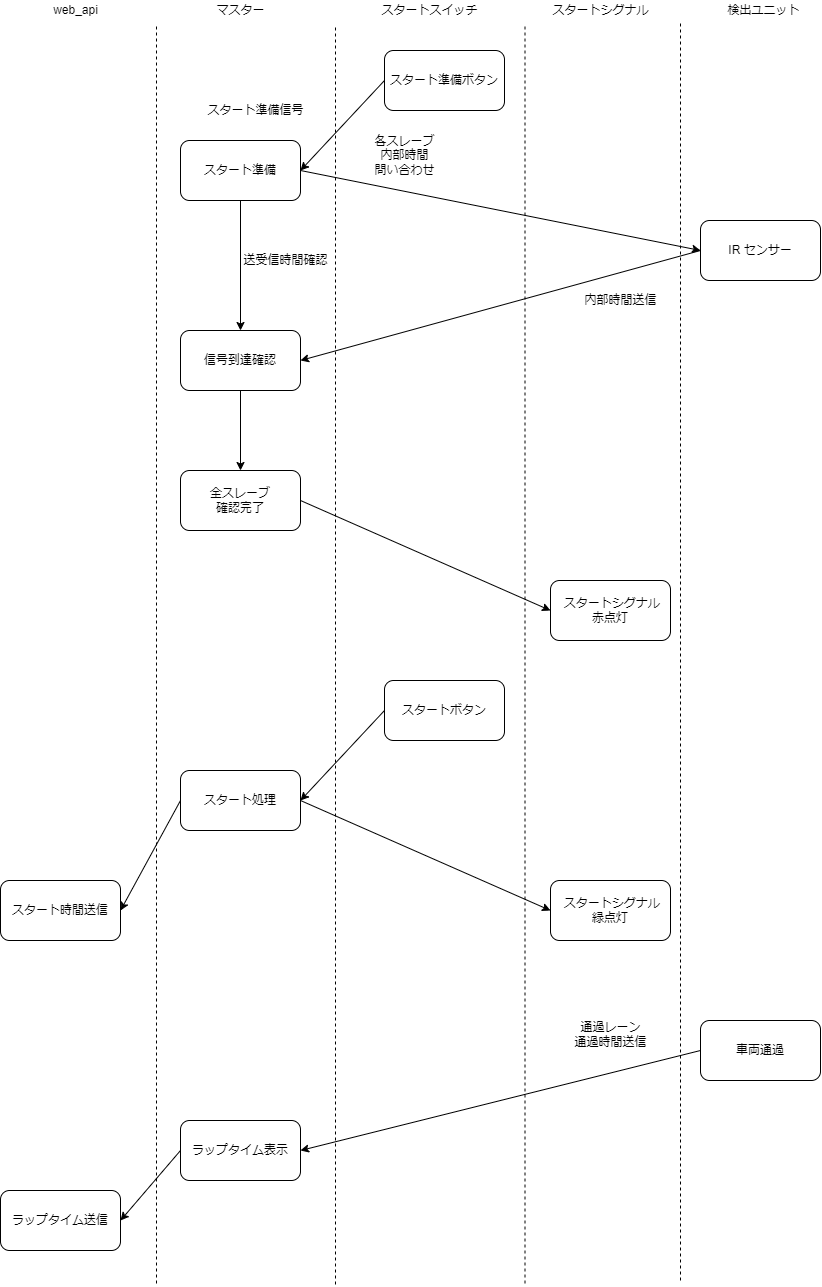
Above: timeline.drawio.png in yururi-nonbiry/lap_section_timer (draw.io), before the change. Source tidied: cells renumbered, new cells last; positions are measured from the earlier drawing's top-left corner, leaving out a move shared by most shapes. Source of this version:
```xml
<mxGraphModel background="#ffffff">
  <root>
    <mxCell id="0" />
    <mxCell id="1" parent="0" />
    <mxCell id="2" style="edgeStyle=none;html=1;exitX=0;exitY=0.5;exitDx=0;exitDy=0;entryX=1;entryY=0.5;entryDx=0;entryDy=0;endArrow=classic;endFill=1;" parent="1" edge="1" source="3" target="6">
      <mxGeometry relative="1" as="geometry" />
    </mxCell>
    <mxCell id="3" value="スタート準備ボタン" style="rounded=1;whiteSpace=wrap;html=1;" parent="1" vertex="1">
      <mxGeometry x="384" y="50" width="120" height="60" as="geometry" />
    </mxCell>
    <mxCell id="4" style="edgeStyle=none;html=1;exitX=1;exitY=0.5;exitDx=0;exitDy=0;entryX=0;entryY=0.5;entryDx=0;entryDy=0;startArrow=none;startFill=0;endArrow=classic;endFill=1;" parent="1" edge="1" source="6" target="8">
      <mxGeometry relative="1" as="geometry" />
    </mxCell>
    <mxCell id="5" style="edgeStyle=none;html=1;exitX=0.5;exitY=1;exitDx=0;exitDy=0;entryX=0.5;entryY=0;entryDx=0;entryDy=0;startArrow=none;startFill=0;endArrow=classic;endFill=1;" parent="1" edge="1" source="6" target="12">
      <mxGeometry relative="1" as="geometry" />
    </mxCell>
    <mxCell id="6" value="スタート準備" style="rounded=1;whiteSpace=wrap;html=1;" parent="1" vertex="1">
      <mxGeometry x="180" y="140" width="120" height="60" as="geometry" />
    </mxCell>
    <mxCell id="7" style="edgeStyle=none;html=1;exitX=0;exitY=0.5;exitDx=0;exitDy=0;entryX=1;entryY=0.5;entryDx=0;entryDy=0;startArrow=none;startFill=0;endArrow=classic;endFill=1;" parent="1" edge="1" source="8" target="12">
      <mxGeometry relative="1" as="geometry" />
    </mxCell>
    <mxCell id="8" value="IR センサー" style="rounded=1;whiteSpace=wrap;html=1;" parent="1" vertex="1">
      <mxGeometry x="700" y="220" width="120" height="60" as="geometry" />
    </mxCell>
    <mxCell id="9" value="スタート準備信号" style="text;html=1;align=center;verticalAlign=middle;fillColor=none;strokeColor=none;rounded=0;" parent="1" vertex="1">
      <mxGeometry x="200" y="100" width="110" height="20" as="geometry" />
    </mxCell>
    <mxCell id="10" value="各スレーブ&lt;br&gt;内部時間&lt;br&gt;問い合わせ" style="text;html=1;align=center;verticalAlign=middle;fillColor=none;strokeColor=none;rounded=0;" parent="1" vertex="1">
      <mxGeometry x="364" y="130" width="80" height="50" as="geometry" />
    </mxCell>
    <mxCell id="11" style="edgeStyle=none;html=1;exitX=0.5;exitY=1;exitDx=0;exitDy=0;entryX=0.5;entryY=0;entryDx=0;entryDy=0;startArrow=none;startFill=0;endArrow=classic;endFill=1;" parent="1" edge="1" source="12" target="17">
      <mxGeometry relative="1" as="geometry" />
    </mxCell>
    <mxCell id="12" value="信号到達確認" style="rounded=1;whiteSpace=wrap;html=1;" parent="1" vertex="1">
      <mxGeometry x="180" y="330" width="120" height="60" as="geometry" />
    </mxCell>
    <mxCell id="13" value="内部時間送信" style="text;html=1;align=center;verticalAlign=middle;fillColor=none;strokeColor=none;rounded=0;" parent="1" vertex="1">
      <mxGeometry x="575" y="290" width="90" height="20" as="geometry" />
    </mxCell>
    <mxCell id="14" value="送受信時間確認" style="text;html=1;align=center;verticalAlign=middle;fillColor=none;strokeColor=none;rounded=0;" parent="1" vertex="1">
      <mxGeometry x="235" y="250" width="100" height="20" as="geometry" />
    </mxCell>
    <mxCell id="15" value="&amp;nbsp;スタートシグナル&lt;br&gt;赤点灯" style="rounded=1;whiteSpace=wrap;html=1;" parent="1" vertex="1">
      <mxGeometry x="550" y="580" width="120" height="60" as="geometry" />
    </mxCell>
    <mxCell id="16" style="edgeStyle=none;html=1;exitX=1;exitY=0.5;exitDx=0;exitDy=0;entryX=0;entryY=0.5;entryDx=0;entryDy=0;startArrow=none;startFill=0;endArrow=classic;endFill=1;" parent="1" edge="1" source="17" target="15">
      <mxGeometry relative="1" as="geometry" />
    </mxCell>
    <mxCell id="17" value="全スレーブ&lt;br&gt;確認完了" style="rounded=1;whiteSpace=wrap;html=1;" parent="1" vertex="1">
      <mxGeometry x="180" y="470" width="120" height="60" as="geometry" />
    </mxCell>
    <mxCell id="18" style="edgeStyle=none;html=1;exitX=0;exitY=0.5;exitDx=0;exitDy=0;entryX=1;entryY=0.5;entryDx=0;entryDy=0;startArrow=none;startFill=0;endArrow=classic;endFill=1;" parent="1" edge="1" source="19" target="22">
      <mxGeometry relative="1" as="geometry" />
    </mxCell>
    <mxCell id="19" value="スタートボタン" style="rounded=1;whiteSpace=wrap;html=1;" parent="1" vertex="1">
      <mxGeometry x="384" y="680" width="120" height="60" as="geometry" />
    </mxCell>
    <mxCell id="20" style="edgeStyle=none;html=1;exitX=1;exitY=0.5;exitDx=0;exitDy=0;entryX=0;entryY=0.5;entryDx=0;entryDy=0;startArrow=none;startFill=0;endArrow=classic;endFill=1;" parent="1" edge="1" source="22" target="23">
      <mxGeometry relative="1" as="geometry" />
    </mxCell>
    <mxCell id="21" style="edgeStyle=none;html=1;exitX=0;exitY=0.5;exitDx=0;exitDy=0;entryX=1;entryY=0.5;entryDx=0;entryDy=0;startArrow=none;startFill=0;endArrow=classic;endFill=1;" parent="1" edge="1" source="22" target="24">
      <mxGeometry relative="1" as="geometry" />
    </mxCell>
    <mxCell id="22" value="スタート処理" style="rounded=1;whiteSpace=wrap;html=1;" parent="1" vertex="1">
      <mxGeometry x="180" y="770" width="120" height="60" as="geometry" />
    </mxCell>
    <mxCell id="23" value="&amp;nbsp;スタートシグナル&lt;br&gt;緑点灯" style="rounded=1;whiteSpace=wrap;html=1;" parent="1" vertex="1">
      <mxGeometry x="550" y="880" width="120" height="60" as="geometry" />
    </mxCell>
    <mxCell id="24" value="スタート時間送信" style="rounded=1;whiteSpace=wrap;html=1;" parent="1" vertex="1">
      <mxGeometry y="880" width="120" height="60" as="geometry" />
    </mxCell>
    <mxCell id="25" style="edgeStyle=none;html=1;exitX=0;exitY=0.5;exitDx=0;exitDy=0;entryX=1;entryY=0.5;entryDx=0;entryDy=0;startArrow=none;startFill=0;endArrow=classic;endFill=1;" parent="1" edge="1" source="26" target="28">
      <mxGeometry relative="1" as="geometry" />
    </mxCell>
    <mxCell id="26" value="車両通過" style="rounded=1;whiteSpace=wrap;html=1;" parent="1" vertex="1">
      <mxGeometry x="700" y="1020" width="120" height="60" as="geometry" />
    </mxCell>
    <mxCell id="27" style="edgeStyle=none;html=1;exitX=0;exitY=0.5;exitDx=0;exitDy=0;entryX=1;entryY=0.5;entryDx=0;entryDy=0;startArrow=none;startFill=0;endArrow=classic;endFill=1;" parent="1" edge="1" source="28" target="30">
      <mxGeometry relative="1" as="geometry" />
    </mxCell>
    <mxCell id="28" value="ラップタイム表示" style="rounded=1;whiteSpace=wrap;html=1;" parent="1" vertex="1">
      <mxGeometry x="180" y="1120" width="120" height="60" as="geometry" />
    </mxCell>
    <mxCell id="29" value="通過レーン&lt;br&gt;通過時間送信" style="text;html=1;align=center;verticalAlign=middle;fillColor=none;strokeColor=none;rounded=0;" parent="1" vertex="1">
      <mxGeometry x="565" y="1019" width="90" height="30" as="geometry" />
    </mxCell>
    <mxCell id="30" value="ラップタイム送信" style="rounded=1;whiteSpace=wrap;html=1;" parent="1" vertex="1">
      <mxGeometry y="1190" width="120" height="60" as="geometry" />
    </mxCell>
    <mxCell id="31" style="endArrow=none;dashed=1;html=1;" parent="1" edge="1">
      <mxGeometry relative="1" as="geometry">
        <mxPoint x="156" y="1283" as="sourcePoint" />
        <mxPoint x="156" y="23" as="targetPoint" />
      </mxGeometry>
    </mxCell>
    <mxCell id="32" style="endArrow=none;dashed=1;html=1;" parent="1" edge="1">
      <mxGeometry relative="1" as="geometry">
        <mxPoint x="335" y="1284" as="sourcePoint" />
        <mxPoint x="335" y="24" as="targetPoint" />
      </mxGeometry>
    </mxCell>
    <mxCell id="33" style="endArrow=none;dashed=1;html=1;" parent="1" edge="1">
      <mxGeometry relative="1" as="geometry">
        <mxPoint x="524.5" y="1283" as="sourcePoint" />
        <mxPoint x="524.5" y="23" as="targetPoint" />
      </mxGeometry>
    </mxCell>
    <mxCell id="34" style="endArrow=none;dashed=1;html=1;" parent="1" edge="1">
      <mxGeometry relative="1" as="geometry">
        <mxPoint x="680" y="1280" as="sourcePoint" />
        <mxPoint x="680" y="20" as="targetPoint" />
      </mxGeometry>
    </mxCell>
    <mxCell id="35" value="web_api" style="text;html=1;align=center;verticalAlign=middle;fillColor=none;strokeColor=none;rounded=0;" parent="1" vertex="1">
      <mxGeometry x="45" width="60" height="20" as="geometry" />
    </mxCell>
    <mxCell id="36" value="マスター" style="text;html=1;align=center;verticalAlign=middle;fillColor=none;strokeColor=none;rounded=0;" parent="1" vertex="1">
      <mxGeometry x="210" width="60" height="20" as="geometry" />
    </mxCell>
    <mxCell id="37" value="スタートスイッチ" style="text;html=1;align=center;verticalAlign=middle;fillColor=none;strokeColor=none;rounded=0;" parent="1" vertex="1">
      <mxGeometry x="374" width="110" height="20" as="geometry" />
    </mxCell>
    <mxCell id="38" value="スタートシグナル" style="text;html=1;align=center;verticalAlign=middle;fillColor=none;strokeColor=none;rounded=0;" parent="1" vertex="1">
      <mxGeometry x="545" width="110" height="20" as="geometry" />
    </mxCell>
    <mxCell id="39" value="検出ユニット" style="text;html=1;align=center;verticalAlign=middle;fillColor=none;strokeColor=none;rounded=0;" parent="1" vertex="1">
      <mxGeometry x="718" width="90" height="20" as="geometry" />
    </mxCell>
  </root>
</mxGraphModel>
```
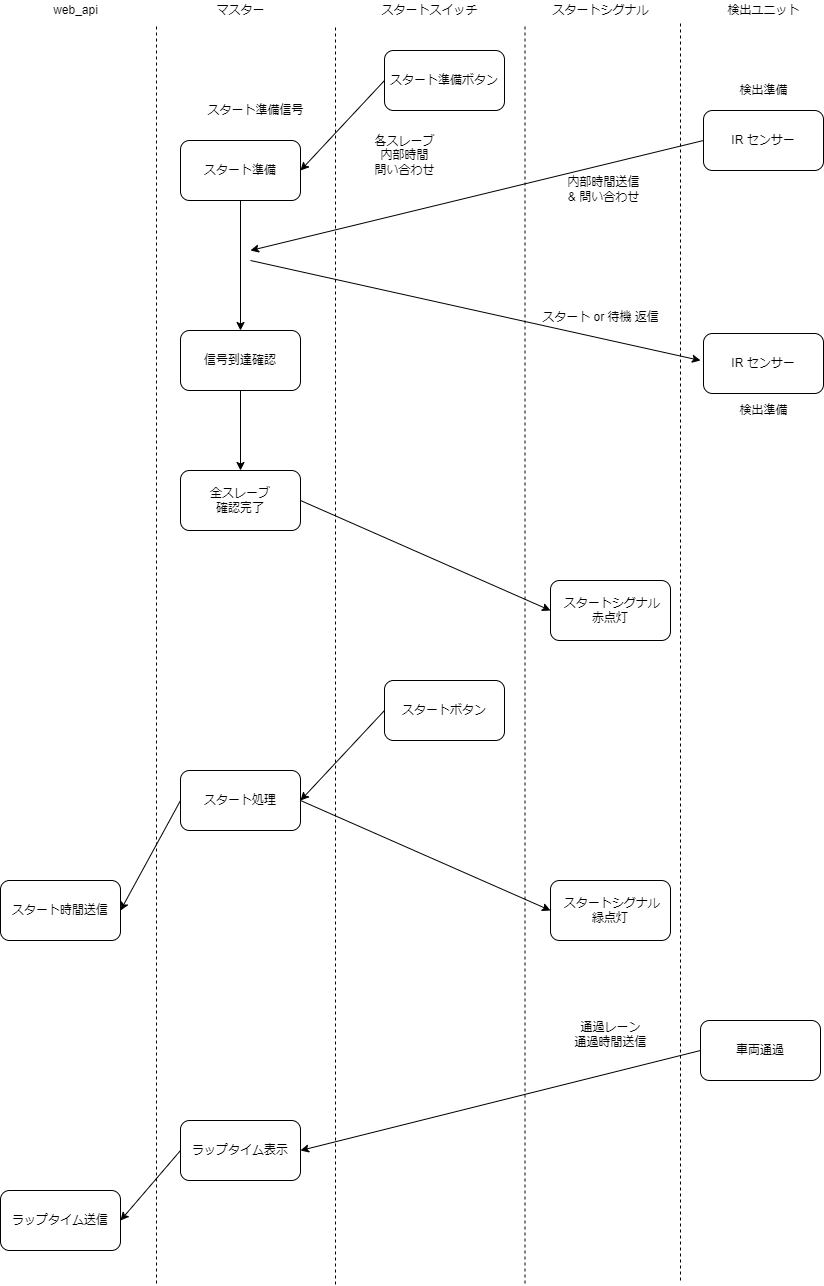
Above is the later version.

Diff of the diagram source:
```diff
@@ -8,20 +8,19 @@
     <mxCell id="3" value="スタート準備ボタン" style="rounded=1;whiteSpace=wrap;html=1;" parent="1" vertex="1">
       <mxGeometry x="384" y="50" width="120" height="60" as="geometry" />
     </mxCell>
-    <mxCell id="4" style="edgeStyle=none;html=1;exitX=1;exitY=0.5;exitDx=0;exitDy=0;entryX=0;entryY=0.5;entryDx=0;entryDy=0;startArrow=none;startFill=0;endArrow=classic;endFill=1;" parent="1" edge="1" source="6" target="8">
-      <mxGeometry relative="1" as="geometry" />
-    </mxCell>
     <mxCell id="5" style="edgeStyle=none;html=1;exitX=0.5;exitY=1;exitDx=0;exitDy=0;entryX=0.5;entryY=0;entryDx=0;entryDy=0;startArrow=none;startFill=0;endArrow=classic;endFill=1;" parent="1" edge="1" source="6" target="12">
       <mxGeometry relative="1" as="geometry" />
     </mxCell>
     <mxCell id="6" value="スタート準備" style="rounded=1;whiteSpace=wrap;html=1;" parent="1" vertex="1">
       <mxGeometry x="180" y="140" width="120" height="60" as="geometry" />
     </mxCell>
-    <mxCell id="7" style="edgeStyle=none;html=1;exitX=0;exitY=0.5;exitDx=0;exitDy=0;entryX=1;entryY=0.5;entryDx=0;entryDy=0;startArrow=none;startFill=0;endArrow=classic;endFill=1;" parent="1" edge="1" source="8" target="12">
-      <mxGeometry relative="1" as="geometry" />
+    <mxCell id="7" style="edgeStyle=none;html=1;exitX=0;exitY=0.5;exitDx=0;exitDy=0;startArrow=none;startFill=0;endArrow=classic;endFill=1;" parent="1" edge="1" source="8">
+      <mxGeometry relative="1" as="geometry">
+        <mxPoint x="250" y="250" as="targetPoint" />
+      </mxGeometry>
     </mxCell>
     <mxCell id="8" value="IR センサー" style="rounded=1;whiteSpace=wrap;html=1;" parent="1" vertex="1">
-      <mxGeometry x="700" y="220" width="120" height="60" as="geometry" />
+      <mxGeometry x="703" y="110" width="120" height="60" as="geometry" />
     </mxCell>
     <mxCell id="9" value="スタート準備信号" style="text;html=1;align=center;verticalAlign=middle;fillColor=none;strokeColor=none;rounded=0;" parent="1" vertex="1">
       <mxGeometry x="200" y="100" width="110" height="20" as="geometry" />
@@ -35,11 +34,11 @@
     <mxCell id="12" value="信号到達確認" style="rounded=1;whiteSpace=wrap;html=1;" parent="1" vertex="1">
       <mxGeometry x="180" y="330" width="120" height="60" as="geometry" />
     </mxCell>
-    <mxCell id="13" value="内部時間送信" style="text;html=1;align=center;verticalAlign=middle;fillColor=none;strokeColor=none;rounded=0;" parent="1" vertex="1">
-      <mxGeometry x="575" y="290" width="90" height="20" as="geometry" />
+    <mxCell id="13" value="内部時間送信&lt;br&gt;&amp;amp; 問い合わせ" style="text;html=1;align=center;verticalAlign=middle;fillColor=none;strokeColor=none;rounded=0;" parent="1" vertex="1">
+      <mxGeometry x="558" y="174" width="90" height="30" as="geometry" />
     </mxCell>
-    <mxCell id="14" value="送受信時間確認" style="text;html=1;align=center;verticalAlign=middle;fillColor=none;strokeColor=none;rounded=0;" parent="1" vertex="1">
-      <mxGeometry x="235" y="250" width="100" height="20" as="geometry" />
+    <mxCell id="14" value="スタート or 待機 返信" style="text;html=1;align=center;verticalAlign=middle;fillColor=none;strokeColor=none;rounded=0;" parent="1" vertex="1">
+      <mxGeometry x="535" y="307" width="130" height="20" as="geometry" />
     </mxCell>
     <mxCell id="15" value="&amp;nbsp;スタートシグナル&lt;br&gt;赤点灯" style="rounded=1;whiteSpace=wrap;html=1;" parent="1" vertex="1">
       <mxGeometry x="550" y="580" width="120" height="60" as="geometry" />
@@ -128,5 +127,20 @@
     <mxCell id="39" value="検出ユニット" style="text;html=1;align=center;verticalAlign=middle;fillColor=none;strokeColor=none;rounded=0;" parent="1" vertex="1">
       <mxGeometry x="718" width="90" height="20" as="geometry" />
     </mxCell>
+    <mxCell id="40" style="edgeStyle=none;html=1;startArrow=none;startFill=0;endArrow=classic;endFill=1;" parent="1" edge="1">
+      <mxGeometry relative="1" as="geometry">
+        <mxPoint x="250" y="260" as="sourcePoint" />
+        <mxPoint x="700" y="360" as="targetPoint" />
+      </mxGeometry>
+    </mxCell>
+    <mxCell id="41" value="IR センサー" style="rounded=1;whiteSpace=wrap;html=1;" parent="1" vertex="1">
+      <mxGeometry x="703" y="333" width="120" height="60" as="geometry" />
+    </mxCell>
+    <mxCell id="42" value="検出準備" style="text;html=1;align=center;verticalAlign=middle;fillColor=none;strokeColor=none;rounded=0;" parent="1" vertex="1">
+      <mxGeometry x="733" y="400" width="60" height="20" as="geometry" />
+    </mxCell>
+    <mxCell id="43" value="検出準備" style="text;html=1;align=center;verticalAlign=middle;fillColor=none;strokeColor=none;rounded=0;" parent="1" vertex="1">
+      <mxGeometry x="733" y="80" width="60" height="20" as="geometry" />
+    </mxCell>
   </root>
 </mxGraphModel>
```
